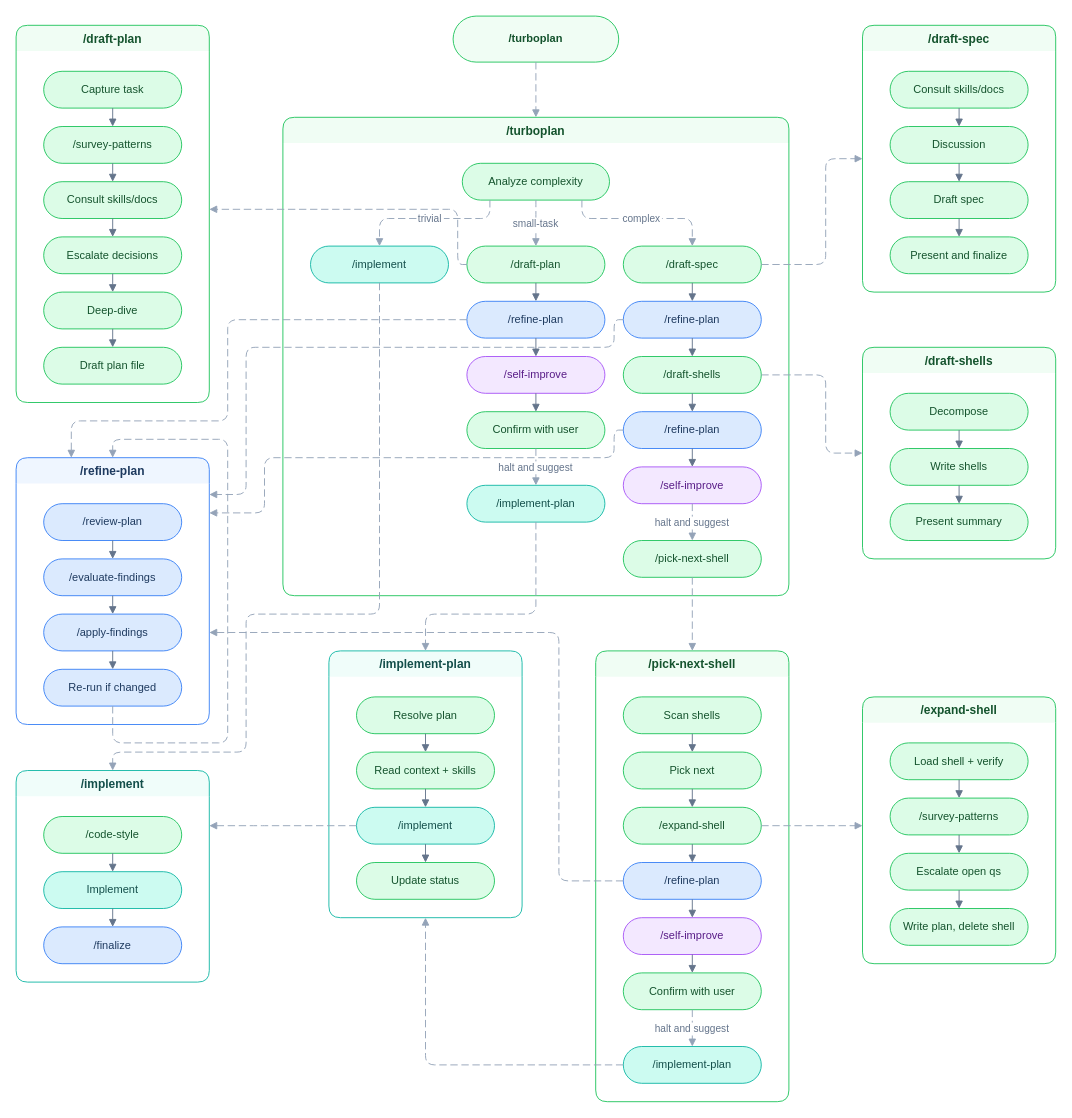
Earlier version of the draw.io diagram assets/how-turboplan-connects.drawio (tobihagemann/turbo). Source tidied: cells renumbered, new cells numbered last; positions are measured from the earlier drawing's top-left corner, leaving out a move shared by most shapes. Both pictures are drawn from the tidied source at 92%, with x=0, y=0 at pixel (16, 16).
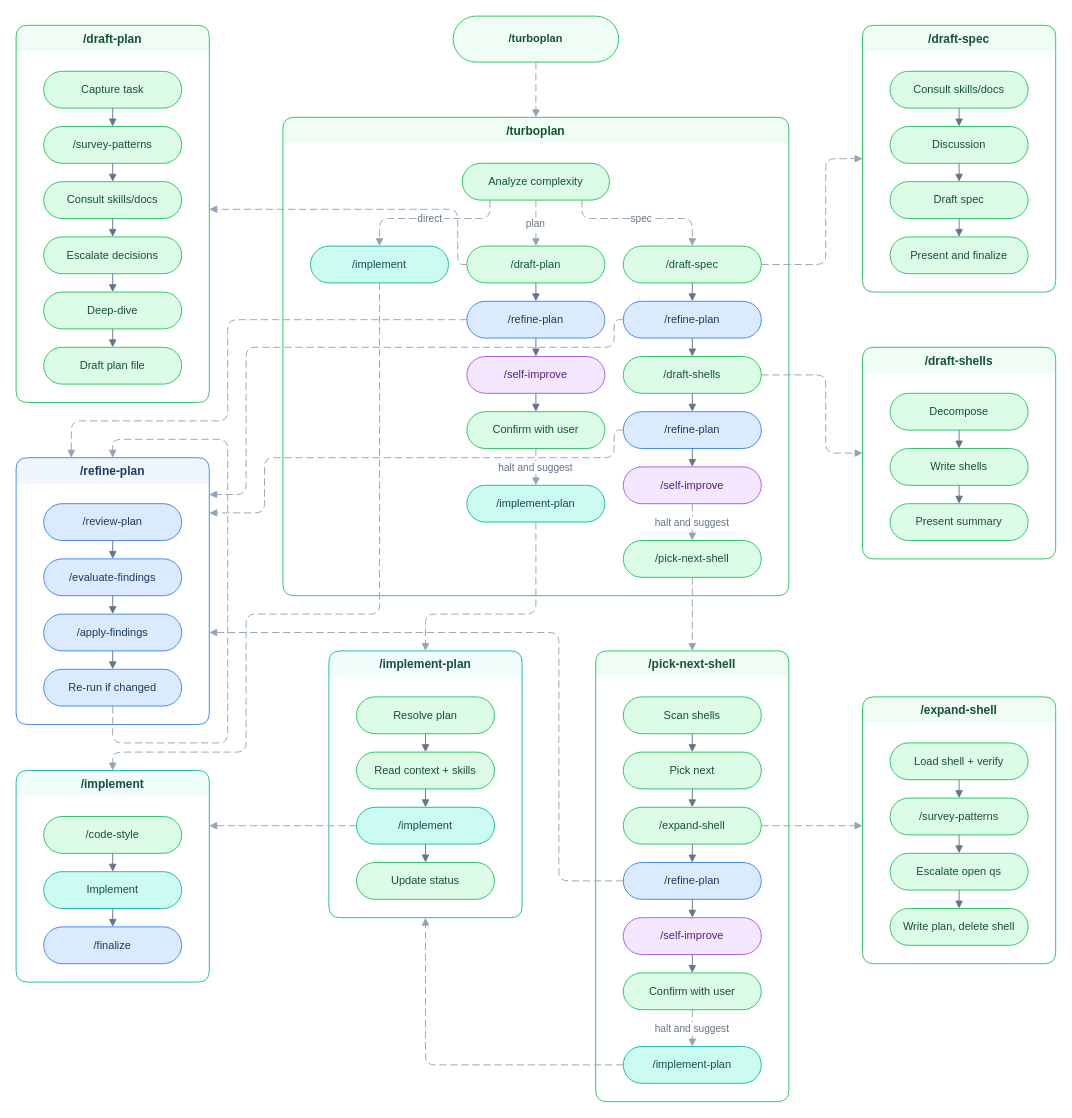
The same diagram, later.

Unchanged cells that the change refers to:
```xml
<mxCell id="4" value="/turboplan" style="swimlane;startSize=28;rounded=1;fillColor=#f0fdf4;strokeColor=#22c55e;fontColor=#14532d;fontStyle=1;fontSize=13;swimlaneLine=0;" parent="1" vertex="1">
  <mxGeometry x="290" y="110" width="550" height="520" as="geometry" />
</mxCell>
<mxCell id="5" value="Analyze complexity" style="rounded=1;whiteSpace=wrap;html=1;arcSize=50;fillColor=#dcfce7;strokeColor=#22c55e;fontColor=#14532d;fontSize=12;" parent="4" vertex="1">
  <mxGeometry x="195" y="50" width="160" height="40" as="geometry" />
</mxCell>
<mxCell id="6" value="/draft-plan" style="rounded=1;whiteSpace=wrap;html=1;arcSize=50;fillColor=#dcfce7;strokeColor=#22c55e;fontColor=#14532d;fontSize=12;" parent="4" vertex="1">
  <mxGeometry x="200" y="140" width="150" height="40" as="geometry" />
</mxCell>
<mxCell id="11" value="/draft-spec" style="rounded=1;whiteSpace=wrap;html=1;arcSize=50;fillColor=#dcfce7;strokeColor=#22c55e;fontColor=#14532d;fontSize=12;" parent="4" vertex="1">
  <mxGeometry x="370" y="140" width="150" height="40" as="geometry" />
</mxCell>
<mxCell id="19" value="/implement" style="rounded=1;whiteSpace=wrap;html=1;arcSize=50;fillColor=#ccfbf1;strokeColor=#14b8a6;fontColor=#134e4a;fontSize=12;" parent="4" vertex="1">
  <mxGeometry x="30" y="140" width="150" height="40" as="geometry" />
</mxCell>
```

What changed in the source:
```diff
@@
-    <mxCell id="17" value="small-task" style="dashed=1;dashPattern=8 4;endArrow=block;endFill=1;rounded=1;edgeStyle=orthogonalEdgeStyle;strokeColor=#94a3b8;fontSize=11;fontColor=#64748b;" parent="4" edge="1" source="5" target="6">
+    <mxCell id="17" value="plan" style="dashed=1;dashPattern=8 4;endArrow=block;endFill=1;rounded=1;edgeStyle=orthogonalEdgeStyle;strokeColor=#94a3b8;fontSize=11;fontColor=#64748b;" parent="4" edge="1" source="5" target="6">
       <mxGeometry relative="1" as="geometry">
         <Array as="points">
           <mxPoint x="275" y="100" />
           <mxPoint x="275" y="100" />
         </Array>
       </mxGeometry>
     </mxCell>
-    <mxCell id="18" value="complex" style="dashed=1;dashPattern=8 4;endArrow=block;endFill=1;rounded=1;edgeStyle=orthogonalEdgeStyle;strokeColor=#94a3b8;fontSize=11;fontColor=#64748b;" parent="4" edge="1" source="5" target="11">
+    <mxCell id="18" value="spec" style="dashed=1;dashPattern=8 4;endArrow=block;endFill=1;rounded=1;edgeStyle=orthogonalEdgeStyle;strokeColor=#94a3b8;fontSize=11;fontColor=#64748b;" parent="4" edge="1" source="5" target="11">
       <mxGeometry relative="1" as="geometry">
         <Array as="points">
           <mxPoint x="325" y="110" />
           <mxPoint x="445" y="110" />
         </Array>
       </mxGeometry>
     </mxCell>
@@
-    <mxCell id="20" value="trivial" style="dashed=1;dashPattern=8 4;endArrow=block;endFill=1;rounded=1;edgeStyle=orthogonalEdgeStyle;strokeColor=#94a3b8;fontSize=11;fontColor=#64748b;" parent="4" edge="1" source="5" target="19">
+    <mxCell id="20" value="direct" style="dashed=1;dashPattern=8 4;endArrow=block;endFill=1;rounded=1;edgeStyle=orthogonalEdgeStyle;strokeColor=#94a3b8;fontSize=11;fontColor=#64748b;" parent="4" edge="1" source="5" target="19">
       <mxGeometry relative="1" as="geometry">
         <Array as="points">
           <mxPoint x="225" y="110" />
           <mxPoint x="105" y="110" />
         </Array>
       </mxGeometry>
     </mxCell>
```
